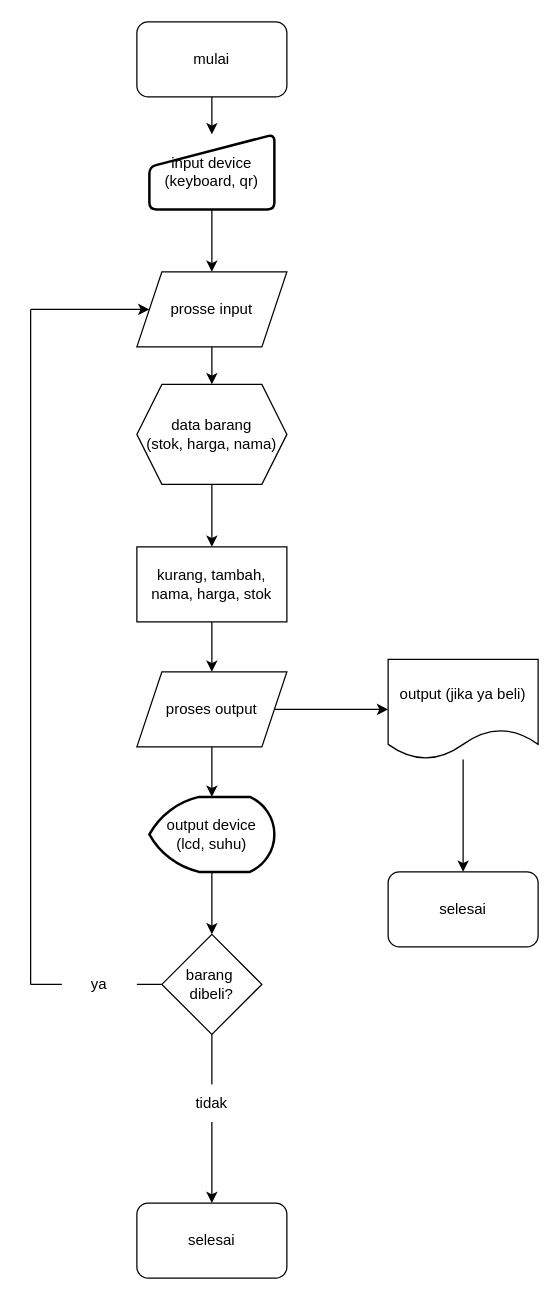
The draw.io diagram page "Page-2" (2 of 6) of Untitled Diagram.drawio in IrianEka/136-jayamahe-rakpintar, before the edit. Source tidied: cells renumbered, new cells numbered last; positions are measured from the earlier drawing's top-left corner, leaving out a move shared by most shapes. Both pictures are drawn from the tidied source at 125%, with x=0, y=0 at pixel (30, 21).
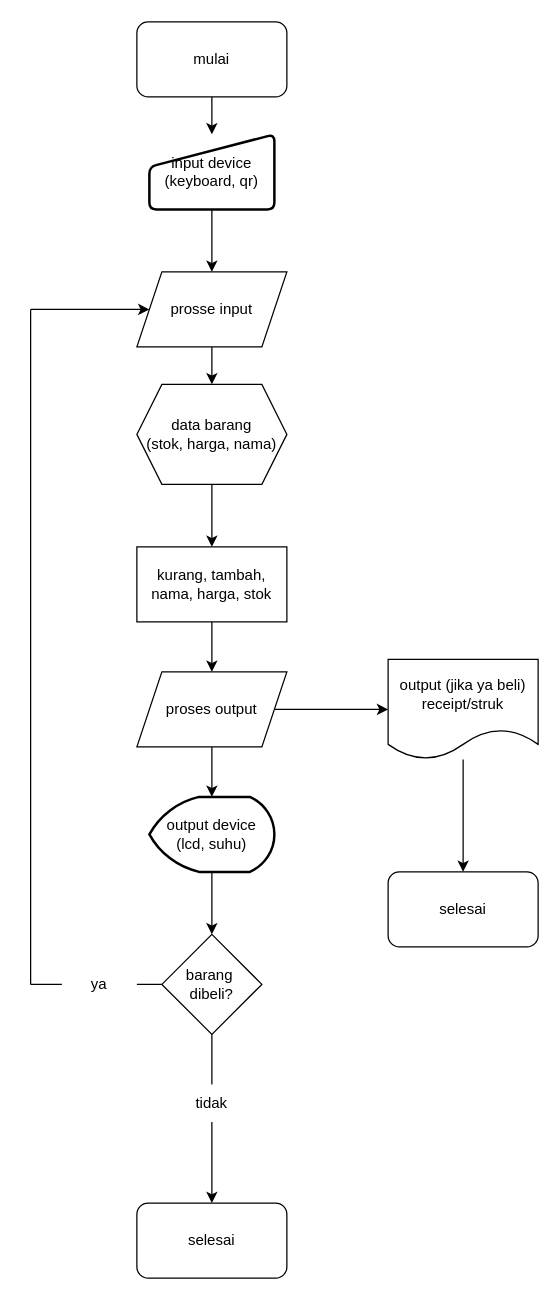
After the change.

Diff of the diagram source:
```diff
@@
-    <mxCell id="27" value="output (jika ya beli)" style="shape=document;whiteSpace=wrap;html=1;boundedLbl=1;" parent="1" vertex="1">
+    <mxCell id="27" value="output (jika ya beli)&lt;br&gt;receipt/struk" style="shape=document;whiteSpace=wrap;html=1;boundedLbl=1;" parent="1" vertex="1">
       <mxGeometry x="286" y="510" width="120" height="80" as="geometry" />
     </mxCell>
```
